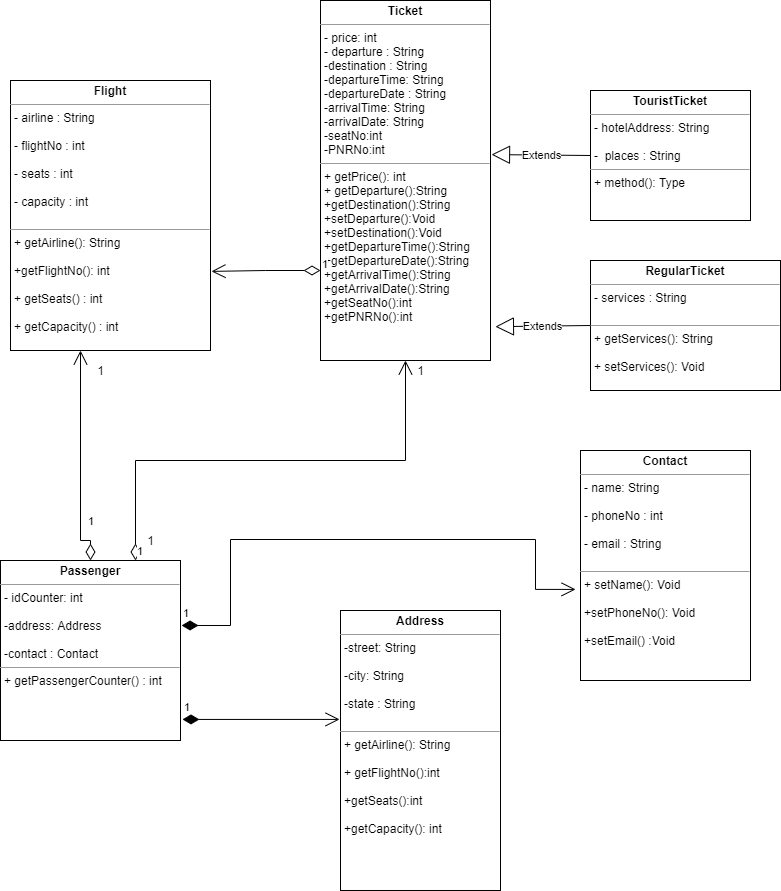
Before: FlightReservationSystem.png, a diagram exported from draw.io (Beenapat/FlightReservationSystem). Source tidied: cells renumbered, new cells last; positions are measured from the earlier drawing's top-left corner, leaving out a move shared by most shapes.
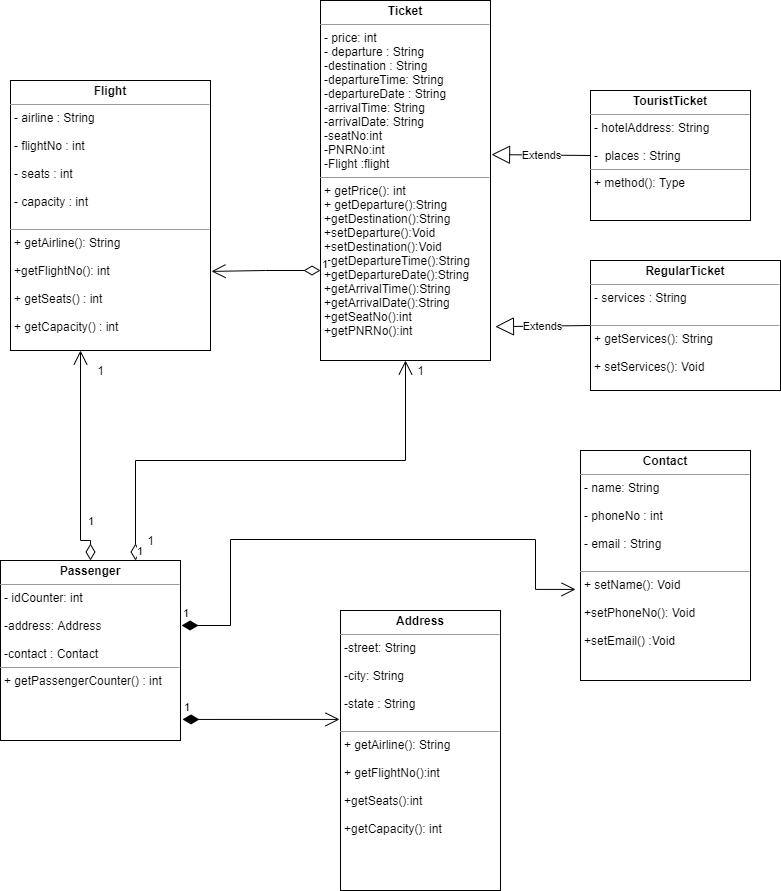
The same file after the commit.

The edit, as a diff of the source:
```diff
@@ -5,9 +5,9 @@
     <mxCell id="2" value="&lt;p style=&quot;margin: 0px ; margin-top: 4px ; text-align: center&quot;&gt;&lt;b&gt;Flight&lt;/b&gt;&lt;/p&gt;&lt;hr size=&quot;1&quot;&gt;&lt;p style=&quot;margin: 0px ; margin-left: 4px&quot;&gt;- airline : String&lt;/p&gt;&lt;p style=&quot;margin: 0px ; margin-left: 4px&quot;&gt;&lt;br&gt;&lt;/p&gt;&lt;p style=&quot;margin: 0px ; margin-left: 4px&quot;&gt;&lt;span&gt;- flightNo : int&amp;nbsp;&lt;/span&gt;&lt;/p&gt;&lt;p style=&quot;margin: 0px ; margin-left: 4px&quot;&gt;&lt;span&gt;&lt;br&gt;&lt;/span&gt;&lt;/p&gt;&lt;p style=&quot;margin: 0px ; margin-left: 4px&quot;&gt;&lt;span&gt;- seats : int&lt;/span&gt;&lt;/p&gt;&lt;p style=&quot;margin: 0px ; margin-left: 4px&quot;&gt;&lt;span&gt;&lt;br&gt;&lt;/span&gt;&lt;/p&gt;&lt;p style=&quot;margin: 0px ; margin-left: 4px&quot;&gt;&lt;span&gt;- capacity : int&lt;/span&gt;&lt;/p&gt;&lt;p style=&quot;margin: 0px ; margin-left: 4px&quot;&gt;&lt;span&gt;&lt;br&gt;&lt;/span&gt;&lt;/p&gt;&lt;hr size=&quot;1&quot;&gt;&lt;p style=&quot;margin: 0px ; margin-left: 4px&quot;&gt;+ getAirline(): String&lt;/p&gt;&lt;p style=&quot;margin: 0px ; margin-left: 4px&quot;&gt;&lt;br&gt;&lt;/p&gt;&lt;p style=&quot;margin: 0px ; margin-left: 4px&quot;&gt;+getFlightNo(): int&lt;/p&gt;&lt;p style=&quot;margin: 0px ; margin-left: 4px&quot;&gt;&lt;br&gt;&lt;/p&gt;&lt;p style=&quot;margin: 0px ; margin-left: 4px&quot;&gt;+ getSeats() : int&lt;/p&gt;&lt;p style=&quot;margin: 0px ; margin-left: 4px&quot;&gt;&lt;br&gt;&lt;/p&gt;&lt;p style=&quot;margin: 0px ; margin-left: 4px&quot;&gt;+ getCapacity() : int&lt;/p&gt;" style="verticalAlign=top;align=left;overflow=fill;fontSize=12;fontFamily=Helvetica;html=1;" parent="1" vertex="1">
       <mxGeometry x="10" y="80" width="200" height="270" as="geometry" />
     </mxCell>
-    <mxCell id="3" value="&lt;p style=&quot;margin: 0px ; margin-top: 4px ; text-align: center&quot;&gt;&lt;b&gt;Ticket&lt;/b&gt;&lt;/p&gt;&lt;hr size=&quot;1&quot;&gt;&lt;p style=&quot;margin: 0px ; margin-left: 4px&quot;&gt;- price: int&lt;/p&gt;&lt;p style=&quot;margin: 0px ; margin-left: 4px&quot;&gt;- departure : String&lt;/p&gt;&lt;p style=&quot;margin: 0px ; margin-left: 4px&quot;&gt;-destination : String&lt;/p&gt;&lt;p style=&quot;margin: 0px ; margin-left: 4px&quot;&gt;-departureTime: String&lt;/p&gt;&lt;p style=&quot;margin: 0px ; margin-left: 4px&quot;&gt;-departureDate : String&lt;/p&gt;&lt;p style=&quot;margin: 0px ; margin-left: 4px&quot;&gt;-arrivalTime: String&lt;/p&gt;&lt;p style=&quot;margin: 0px ; margin-left: 4px&quot;&gt;-arrivalDate: String&lt;/p&gt;&lt;p style=&quot;margin: 0px ; margin-left: 4px&quot;&gt;-seatNo:int&lt;/p&gt;&lt;p style=&quot;margin: 0px ; margin-left: 4px&quot;&gt;-PNRNo:int&lt;/p&gt;&lt;hr size=&quot;1&quot;&gt;&lt;p style=&quot;margin: 0px ; margin-left: 4px&quot;&gt;+ getPrice(): int&lt;/p&gt;&lt;p style=&quot;margin: 0px ; margin-left: 4px&quot;&gt;+ getDeparture():String&lt;br&gt;+getDestination():String&lt;br&gt;+setDeparture():Void&lt;br&gt;+setDestination():Void&lt;br&gt;+getDepartureTime():String&lt;br&gt;+getDepartureDate():String&lt;br&gt;+getArrivalTime():String&lt;br&gt;+getArrivalDate():String&lt;br&gt;+getSeatNo():int&lt;br&gt;+getPNRNo():int&lt;/p&gt;" style="verticalAlign=top;align=left;overflow=fill;fontSize=12;fontFamily=Helvetica;html=1;" parent="1" vertex="1">
-      <mxGeometry x="320" width="170" height="360" as="geometry" />
-    </mxCell>
+    <mxCell id="19" value="&lt;p style=&quot;margin: 0px ; margin-top: 4px ; text-align: center&quot;&gt;&lt;b&gt;Ticket&lt;/b&gt;&lt;/p&gt;&lt;hr size=&quot;1&quot;&gt;&lt;p style=&quot;margin: 0px ; margin-left: 4px&quot;&gt;- price: int&lt;/p&gt;&lt;p style=&quot;margin: 0px ; margin-left: 4px&quot;&gt;- departure : String&lt;/p&gt;&lt;p style=&quot;margin: 0px ; margin-left: 4px&quot;&gt;-destination : String&lt;/p&gt;&lt;p style=&quot;margin: 0px ; margin-left: 4px&quot;&gt;-departureTime: String&lt;/p&gt;&lt;p style=&quot;margin: 0px ; margin-left: 4px&quot;&gt;-departureDate : String&lt;/p&gt;&lt;p style=&quot;margin: 0px ; margin-left: 4px&quot;&gt;-arrivalTime: String&lt;/p&gt;&lt;p style=&quot;margin: 0px ; margin-left: 4px&quot;&gt;-arrivalDate: String&lt;/p&gt;&lt;p style=&quot;margin: 0px ; margin-left: 4px&quot;&gt;-seatNo:int&lt;/p&gt;&lt;p style=&quot;margin: 0px ; margin-left: 4px&quot;&gt;-PNRNo:int&lt;/p&gt;&lt;p style=&quot;margin: 0px ; margin-left: 4px&quot;&gt;-Flight :flight&lt;/p&gt;&lt;hr size=&quot;1&quot;&gt;&lt;p style=&quot;margin: 0px ; margin-left: 4px&quot;&gt;+ getPrice(): int&lt;/p&gt;&lt;p style=&quot;margin: 0px ; margin-left: 4px&quot;&gt;+ getDeparture():String&lt;br&gt;+getDestination():String&lt;br&gt;+setDeparture():Void&lt;br&gt;+setDestination():Void&lt;br&gt;+getDepartureTime():String&lt;br&gt;+getDepartureDate():String&lt;br&gt;+getArrivalTime():String&lt;br&gt;+getArrivalDate():String&lt;br&gt;+getSeatNo():int&lt;br&gt;+getPNRNo():int&lt;/p&gt;" style="verticalAlign=top;align=left;overflow=fill;fontSize=12;fontFamily=Helvetica;html=1;" parent="1" vertex="1">
+      <mxGeometry x="320" width="170" height="360" as="geometry" />
+    </mxCell>
     <mxCell id="4" value="&lt;p style=&quot;margin: 0px ; margin-top: 4px ; text-align: center&quot;&gt;&lt;b&gt;Contact&lt;/b&gt;&lt;/p&gt;&lt;hr size=&quot;1&quot;&gt;&lt;p style=&quot;margin: 0px ; margin-left: 4px&quot;&gt;- name: String&lt;/p&gt;&lt;p style=&quot;margin: 0px ; margin-left: 4px&quot;&gt;&lt;br&gt;&lt;/p&gt;&lt;p style=&quot;margin: 0px ; margin-left: 4px&quot;&gt;- phoneNo : int&lt;/p&gt;&lt;p style=&quot;margin: 0px ; margin-left: 4px&quot;&gt;&lt;br&gt;&lt;/p&gt;&lt;p style=&quot;margin: 0px ; margin-left: 4px&quot;&gt;- email : String&lt;/p&gt;&lt;p style=&quot;margin: 0px ; margin-left: 4px&quot;&gt;&lt;br&gt;&lt;/p&gt;&lt;hr size=&quot;1&quot;&gt;&lt;p style=&quot;margin: 0px ; margin-left: 4px&quot;&gt;+ setName(): Void&lt;/p&gt;&lt;p style=&quot;margin: 0px ; margin-left: 4px&quot;&gt;&lt;br&gt;&lt;/p&gt;&lt;p style=&quot;margin: 0px ; margin-left: 4px&quot;&gt;+setPhoneNo(): Void&lt;/p&gt;&lt;p style=&quot;margin: 0px ; margin-left: 4px&quot;&gt;&lt;br&gt;&lt;/p&gt;&lt;p style=&quot;margin: 0px ; margin-left: 4px&quot;&gt;+setEmail() :Void&lt;/p&gt;" style="verticalAlign=top;align=left;overflow=fill;fontSize=12;fontFamily=Helvetica;html=1;" parent="1" vertex="1">
       <mxGeometry x="580" y="450" width="170" height="230" as="geometry" />
     </mxCell>
@@ -35,13 +35,13 @@
     <mxCell id="10" value="1" style="endArrow=open;html=1;endSize=12;startArrow=diamondThin;startSize=14;startFill=1;edgeStyle=orthogonalEdgeStyle;align=left;verticalAlign=bottom;rounded=0;exitX=1.011;exitY=0.883;exitDx=0;exitDy=0;exitPerimeter=0;entryX=-0.006;entryY=0.389;entryDx=0;entryDy=0;entryPerimeter=0;" parent="1" edge="1" source="6" target="5">
       <mxGeometry x="-1" y="3" relative="1" as="geometry" />
     </mxCell>
-    <mxCell id="11" value="Extends" style="endArrow=block;endSize=16;endFill=0;html=1;rounded=0;exitX=0;exitY=0.5;exitDx=0;exitDy=0;entryX=1.006;entryY=0.428;entryDx=0;entryDy=0;entryPerimeter=0;" parent="1" edge="1" source="8" target="3">
+    <mxCell id="11" value="Extends" style="endArrow=block;endSize=16;endFill=0;html=1;rounded=0;exitX=0;exitY=0.5;exitDx=0;exitDy=0;entryX=1.006;entryY=0.428;entryDx=0;entryDy=0;entryPerimeter=0;" parent="1" edge="1" source="8" target="19">
       <mxGeometry relative="1" as="geometry" />
     </mxCell>
-    <mxCell id="12" value="Extends" style="endArrow=block;endSize=16;endFill=0;html=1;rounded=0;entryX=1.029;entryY=0.906;entryDx=0;entryDy=0;entryPerimeter=0;exitX=0;exitY=0.5;exitDx=0;exitDy=0;" parent="1" edge="1" source="7" target="3">
+    <mxCell id="12" value="Extends" style="endArrow=block;endSize=16;endFill=0;html=1;rounded=0;entryX=1.029;entryY=0.906;entryDx=0;entryDy=0;entryPerimeter=0;exitX=0;exitY=0.5;exitDx=0;exitDy=0;" parent="1" edge="1" source="7" target="19">
       <mxGeometry relative="1" as="geometry" />
     </mxCell>
-    <mxCell id="13" value="1" style="endArrow=open;html=1;endSize=12;startArrow=diamondThin;startSize=14;startFill=0;edgeStyle=orthogonalEdgeStyle;align=left;verticalAlign=bottom;rounded=0;exitX=0;exitY=0.75;exitDx=0;exitDy=0;entryX=1.005;entryY=0.707;entryDx=0;entryDy=0;entryPerimeter=0;" parent="1" edge="1" source="3" target="2">
+    <mxCell id="13" value="1" style="endArrow=open;html=1;endSize=12;startArrow=diamondThin;startSize=14;startFill=0;edgeStyle=orthogonalEdgeStyle;align=left;verticalAlign=bottom;rounded=0;exitX=0;exitY=0.75;exitDx=0;exitDy=0;entryX=1.005;entryY=0.707;entryDx=0;entryDy=0;entryPerimeter=0;" parent="1" edge="1" source="19" target="2">
       <mxGeometry x="-1" y="3" relative="1" as="geometry" />
     </mxCell>
     <mxCell id="14" value="1" style="endArrow=open;html=1;endSize=12;startArrow=diamondThin;startSize=14;startFill=0;edgeStyle=orthogonalEdgeStyle;align=left;verticalAlign=bottom;rounded=0;exitX=0.5;exitY=0;exitDx=0;exitDy=0;" parent="1" edge="1" source="6" target="2">
@@ -51,7 +51,7 @@
         </Array>
       </mxGeometry>
     </mxCell>
-    <mxCell id="15" value="1" style="endArrow=open;html=1;endSize=12;startArrow=diamondThin;startSize=14;startFill=0;edgeStyle=orthogonalEdgeStyle;align=left;verticalAlign=bottom;rounded=0;entryX=0.5;entryY=1;entryDx=0;entryDy=0;exitX=0.75;exitY=0;exitDx=0;exitDy=0;" parent="1" edge="1" source="6" target="3">
+    <mxCell id="15" value="1" style="endArrow=open;html=1;endSize=12;startArrow=diamondThin;startSize=14;startFill=0;edgeStyle=orthogonalEdgeStyle;align=left;verticalAlign=bottom;rounded=0;entryX=0.5;entryY=1;entryDx=0;entryDy=0;exitX=0.75;exitY=0;exitDx=0;exitDy=0;" parent="1" edge="1" source="6" target="19">
       <mxGeometry x="-1" relative="1" as="geometry" />
     </mxCell>
     <mxCell id="16" value="1" style="text;html=1;align=center;verticalAlign=middle;strokeColor=none;fillColor=none;" parent="1" vertex="1">
```
